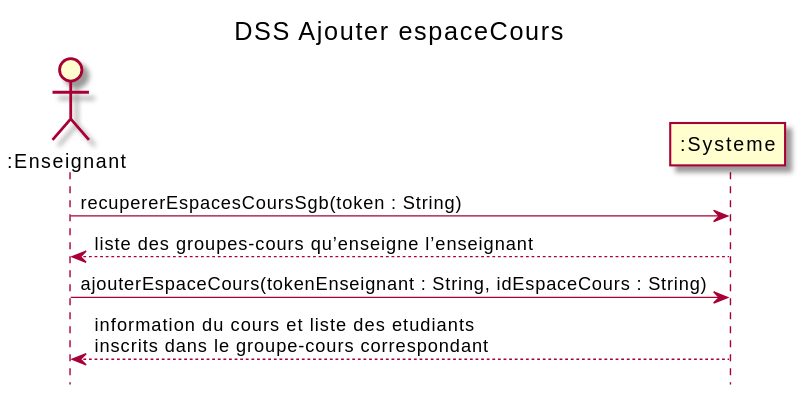
nerdz88/SGA-TS keeps this PlantUML diagram as out/docs/Ajouter cours/DSS_Ajouter_Cours/DSS_Ajouter_Cours_Succes.svg. Above is the earlier version.
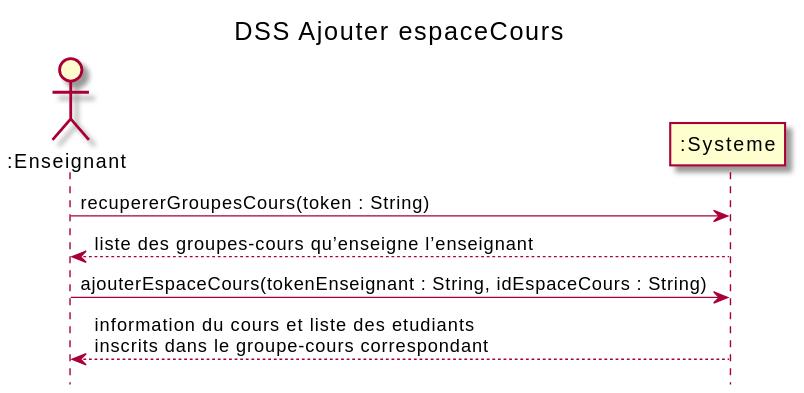
Later version of the same file.

Change to the diagram source:
```diff
@@ -4,7 +4,7 @@
 actor ":Enseignant" as prof
 participant ":Systeme" as sys
 
-prof -> sys : recupererEspacesCoursSgb(token : String)
+prof -> sys : recupererGroupesCours(token : String)
 sys --> prof : liste des groupes-cours qu’enseigne l’enseignant
 prof -> sys : ajouterEspaceCours(tokenEnseignant : String, idEspaceCours : String)
 sys --> prof : information du cours et liste des etudiants\ninscrits dans le groupe-cours correspondant
```
